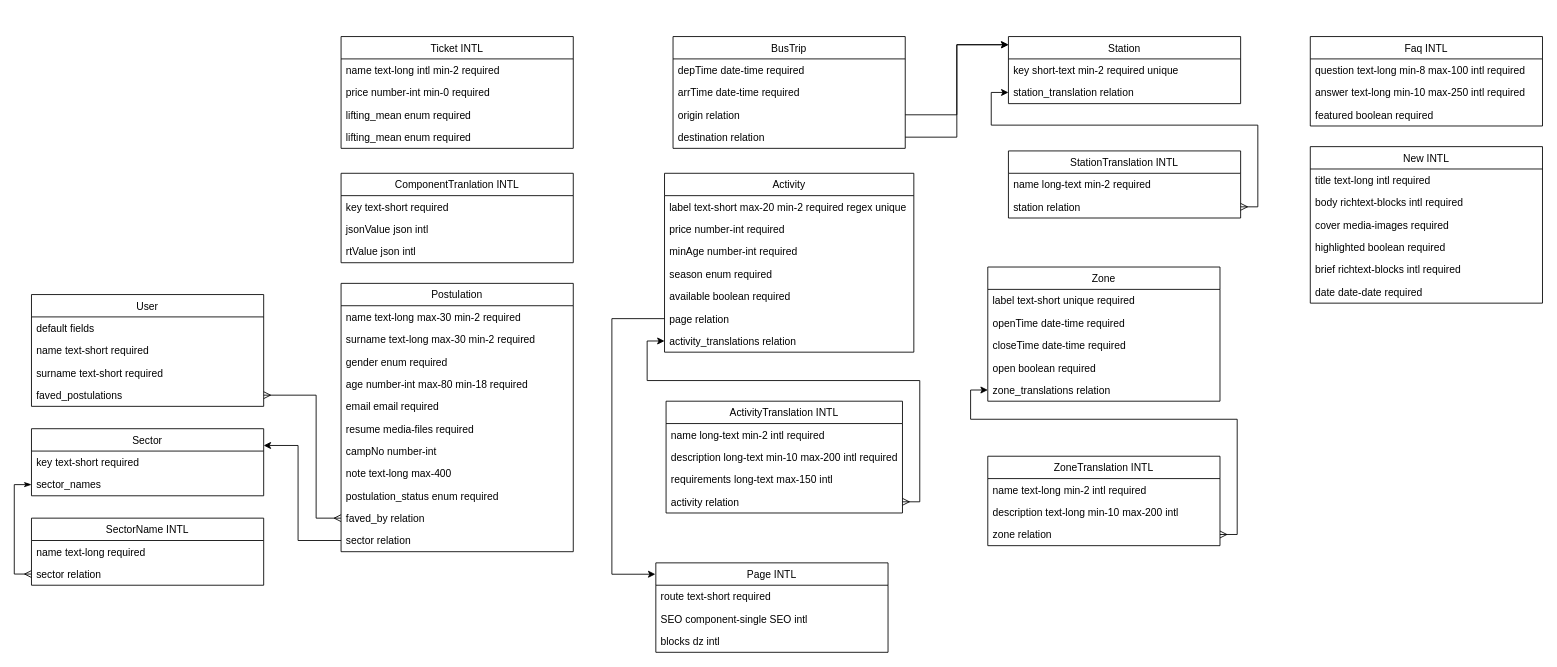
This is public/DER.drawio from TelefericoCerroOtto/TelefericoBariloche2024, a draw.io file, before an edit. Source tidied: cells renumbered, new cells numbered last; positions are measured from the earlier drawing's top-left corner, leaving out a move shared by most shapes. Both pictures are drawn from the tidied source at 86%, with x=0, y=0 at pixel (31, 36).
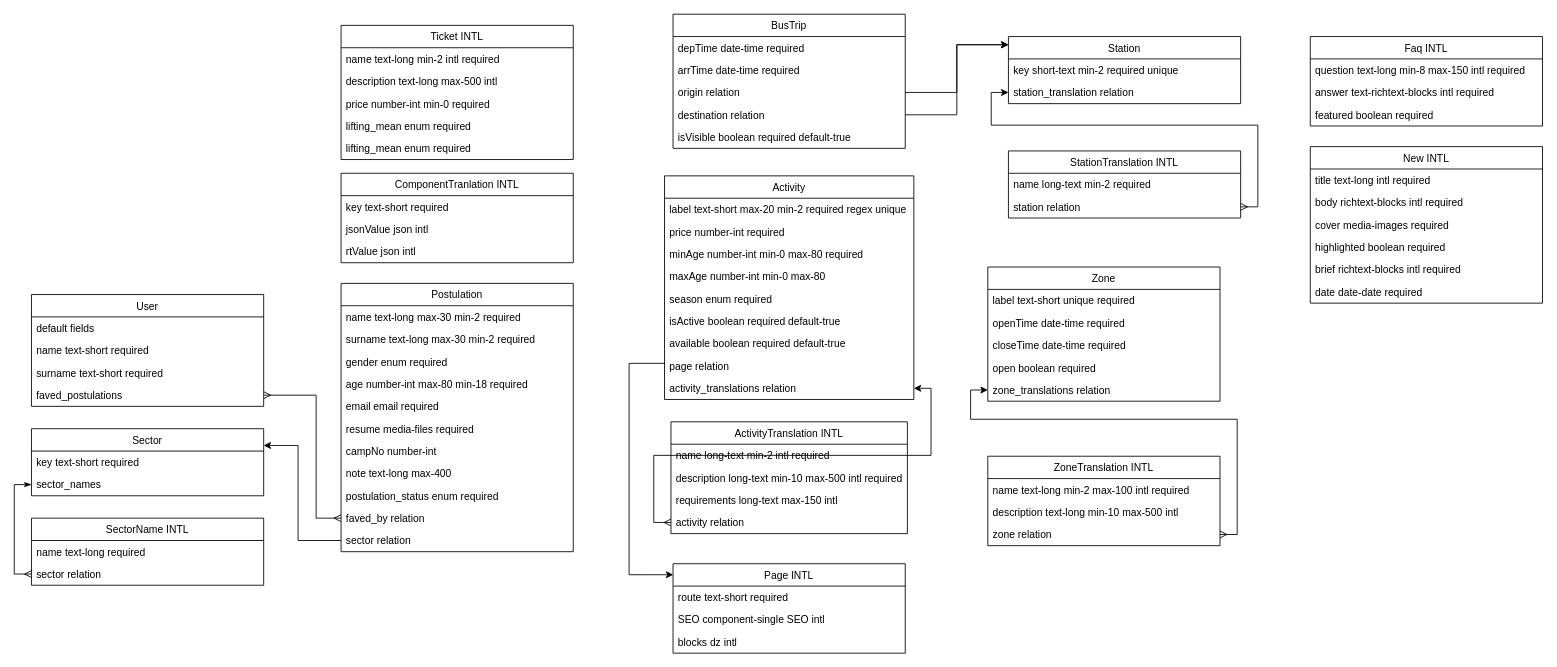
The same diagram, later.

Commit message:
feat(root/diagrams): update DER diagram

Unchanged cells that the change refers to:
```xml
<mxCell id="21" value="ZoneTranslation INTL" style="swimlane;fontStyle=0;align=center;verticalAlign=top;horizontal=1;startSize=26;rounded=0;shadow=0;strokeWidth=1;" parent="1" vertex="1">
  <mxGeometry x="1112.1" y="488" width="270" height="104" as="geometry" />
</mxCell>
<mxCell id="30" value="activity relation" style="text;align=left;verticalAlign=top;spacingLeft=4;spacingRight=4;overflow=hidden;points=[[0,0.5],[1,0.5]];portConstraint=eastwest;rounded=0;shadow=0;html=0;" parent="26" vertex="1">
  <mxGeometry y="104" width="274.9" height="26" as="geometry" />
</mxCell>
<mxCell id="35" value="Faq INTL" style="swimlane;fontStyle=0;align=center;verticalAlign=top;horizontal=1;startSize=26;rounded=0;shadow=0;strokeWidth=1;" parent="1" vertex="1">
  <mxGeometry x="1487.1" width="270" height="104" as="geometry" />
</mxCell>
```

Diff of the diagram source:
```diff
@@
     <mxCell id="2" value="Activity" style="swimlane;fontStyle=0;align=center;verticalAlign=top;horizontal=1;startSize=26;rounded=0;shadow=0;strokeWidth=1;" parent="1" vertex="1">
-      <mxGeometry x="736.2" y="159" width="289.9" height="208" as="geometry" />
+      <mxGeometry x="736.2" y="162" width="289.9" height="260" as="geometry" />
     </mxCell>
@@
-    <mxCell id="5" value="minAge number-int required" style="text;align=left;verticalAlign=top;spacingLeft=4;spacingRight=4;overflow=hidden;rounded=0;shadow=0;html=0;" parent="2" vertex="1">
+    <mxCell id="5" value="minAge number-int min-0 max-80 required" style="text;align=left;verticalAlign=top;spacingLeft=4;spacingRight=4;overflow=hidden;rounded=0;shadow=0;html=0;" parent="2" vertex="1">
       <mxGeometry y="78" width="289.9" height="26" as="geometry" />
     </mxCell>
+    <mxCell id="92" value="maxAge number-int min-0 max-80" style="text;align=left;verticalAlign=top;spacingLeft=4;spacingRight=4;overflow=hidden;rounded=0;shadow=0;html=0;" parent="2" vertex="1">
+      <mxGeometry y="104" width="289.9" height="26" as="geometry" />
+    </mxCell>
     <mxCell id="6" value="season enum required" style="text;align=left;verticalAlign=top;spacingLeft=4;spacingRight=4;overflow=hidden;rounded=0;shadow=0;html=0;" parent="2" vertex="1">
-      <mxGeometry y="104" width="289.9" height="26" as="geometry" />
+      <mxGeometry y="130" width="289.9" height="26" as="geometry" />
     </mxCell>
+    <mxCell id="93" value="isActive boolean required default-true" style="text;align=left;verticalAlign=top;spacingLeft=4;spacingRight=4;overflow=hidden;rounded=0;shadow=0;html=0;" parent="2" vertex="1">
+      <mxGeometry y="156" width="289.9" height="26" as="geometry" />
+    </mxCell>
-    <mxCell id="7" value="available boolean required" style="text;align=left;verticalAlign=top;spacingLeft=4;spacingRight=4;overflow=hidden;rounded=0;shadow=0;html=0;" parent="2" vertex="1">
-      <mxGeometry y="130" width="289.9" height="26" as="geometry" />
+    <mxCell id="7" value="available boolean required default-true" style="text;align=left;verticalAlign=top;spacingLeft=4;spacingRight=4;overflow=hidden;rounded=0;shadow=0;html=0;" parent="2" vertex="1">
+      <mxGeometry y="182" width="289.9" height="26" as="geometry" />
     </mxCell>
     <mxCell id="8" value="page relation" style="text;align=left;verticalAlign=top;spacingLeft=4;spacingRight=4;overflow=hidden;points=[[0,0.5],[1,0.5]];portConstraint=eastwest;rounded=0;shadow=0;html=0;" parent="2" vertex="1">
-      <mxGeometry y="156" width="289.9" height="26" as="geometry" />
+      <mxGeometry y="208" width="289.9" height="26" as="geometry" />
     </mxCell>
     <mxCell id="9" value="activity_translations relation" style="text;align=left;verticalAlign=top;spacingLeft=4;spacingRight=4;overflow=hidden;points=[[0,0.5],[1,0.5]];portConstraint=eastwest;rounded=0;shadow=0;html=0;" parent="2" vertex="1">
-      <mxGeometry y="182" width="289.9" height="26" as="geometry" />
+      <mxGeometry y="234" width="289.9" height="26" as="geometry" />
     </mxCell>
@@
     <mxCell id="16" value="BusTrip" style="swimlane;fontStyle=0;align=center;verticalAlign=top;horizontal=1;startSize=26;rounded=0;shadow=0;strokeWidth=1;" parent="1" vertex="1">
-      <mxGeometry x="746.1" width="270" height="130" as="geometry" />
+      <mxGeometry x="746.1" y="-26" width="270" height="156" as="geometry" />
     </mxCell>
@@
+    <mxCell id="94" value="isVisible boolean required default-true" style="text;align=left;verticalAlign=top;spacingLeft=4;spacingRight=4;overflow=hidden;rounded=0;shadow=0;html=0;" parent="16" vertex="1">
+      <mxGeometry y="130" width="270" height="26" as="geometry" />
+    </mxCell>
@@
-    <mxCell id="22" value="name text-long min-2 intl required" style="text;align=left;verticalAlign=top;spacingLeft=4;spacingRight=4;overflow=hidden;" parent="21" vertex="1">
+    <mxCell id="22" value="name text-long min-2 max-100 intl required" style="text;align=left;verticalAlign=top;spacingLeft=4;spacingRight=4;overflow=hidden;" parent="21" vertex="1">
       <mxGeometry y="26" width="270" height="26" as="geometry" />
     </mxCell>
-    <mxCell id="23" value="description text-long min-10 max-200 intl" style="text;align=left;verticalAlign=top;spacingLeft=4;spacingRight=4;overflow=hidden;rounded=0;shadow=0;html=0;" parent="21" vertex="1">
+    <mxCell id="23" value="description text-long min-10 max-500 intl" style="text;align=left;verticalAlign=top;spacingLeft=4;spacingRight=4;overflow=hidden;rounded=0;shadow=0;html=0;" parent="21" vertex="1">
       <mxGeometry y="52" width="270" height="26" as="geometry" />
     </mxCell>
@@
     <mxCell id="26" value="ActivityTranslation INTL" style="swimlane;fontStyle=0;align=center;verticalAlign=top;horizontal=1;startSize=26;rounded=0;shadow=0;strokeWidth=1;" parent="1" vertex="1">
-      <mxGeometry x="738" y="424" width="274.9" height="130" as="geometry" />
+      <mxGeometry x="743.7" y="448" width="274.9" height="130" as="geometry" />
     </mxCell>
@@
-    <mxCell id="28" value="description long-text min-10 max-200 intl required" style="text;align=left;verticalAlign=top;spacingLeft=4;spacingRight=4;overflow=hidden;rounded=0;shadow=0;html=0;" parent="26" vertex="1">
+    <mxCell id="28" value="description long-text min-10 max-500 intl required" style="text;align=left;verticalAlign=top;spacingLeft=4;spacingRight=4;overflow=hidden;rounded=0;shadow=0;html=0;" parent="26" vertex="1">
       <mxGeometry y="52" width="274.9" height="26" as="geometry" />
     </mxCell>
@@
     <mxCell id="31" value="Page INTL" style="swimlane;fontStyle=0;align=center;verticalAlign=top;horizontal=1;startSize=26;rounded=0;shadow=0;strokeWidth=1;" parent="1" vertex="1">
-      <mxGeometry x="726.1" y="612" width="270" height="104" as="geometry" />
+      <mxGeometry x="746.1" y="613" width="270" height="104" as="geometry" />
     </mxCell>
@@
-    <mxCell id="36" value="question text-long min-8 max-100 intl required" style="text;align=left;verticalAlign=top;spacingLeft=4;spacingRight=4;overflow=hidden;" parent="35" vertex="1">
+    <mxCell id="36" value="question text-long min-8 max-150 intl required" style="text;align=left;verticalAlign=top;spacingLeft=4;spacingRight=4;overflow=hidden;" parent="35" vertex="1">
       <mxGeometry y="26" width="270" height="26" as="geometry" />
     </mxCell>
-    <mxCell id="37" value="answer text-long min-10 max-250 intl required" style="text;align=left;verticalAlign=top;spacingLeft=4;spacingRight=4;overflow=hidden;rounded=0;shadow=0;html=0;" parent="35" vertex="1">
+    <mxCell id="37" value="answer text-richtext-blocks intl required" style="text;align=left;verticalAlign=top;spacingLeft=4;spacingRight=4;overflow=hidden;rounded=0;shadow=0;html=0;" parent="35" vertex="1">
       <mxGeometry y="52" width="270" height="26" as="geometry" />
     </mxCell>
@@
     <mxCell id="46" value="Ticket INTL" style="swimlane;fontStyle=0;align=center;verticalAlign=top;horizontal=1;startSize=26;rounded=0;shadow=0;strokeWidth=1;" parent="1" vertex="1">
-      <mxGeometry x="360.1" width="270" height="130" as="geometry" />
+      <mxGeometry x="360.1" y="-13" width="270" height="156" as="geometry" />
     </mxCell>
-    <mxCell id="47" value="name text-long intl min-2 required" style="text;align=left;verticalAlign=top;spacingLeft=4;spacingRight=4;overflow=hidden;" parent="46" vertex="1">
+    <mxCell id="47" value="name text-long min-2 intl required" style="text;align=left;verticalAlign=top;spacingLeft=4;spacingRight=4;overflow=hidden;" parent="46" vertex="1">
       <mxGeometry y="26" width="270" height="26" as="geometry" />
     </mxCell>
+    <mxCell id="95" value="description text-long max-500 intl" style="text;align=left;verticalAlign=top;spacingLeft=4;spacingRight=4;overflow=hidden;" parent="46" vertex="1">
+      <mxGeometry y="52" width="270" height="26" as="geometry" />
+    </mxCell>
     <mxCell id="48" value="price number-int min-0 required" style="text;align=left;verticalAlign=top;spacingLeft=4;spacingRight=4;overflow=hidden;rounded=0;shadow=0;html=0;" parent="46" vertex="1">
-      <mxGeometry y="52" width="270" height="26" as="geometry" />
+      <mxGeometry y="78" width="270" height="26" as="geometry" />
     </mxCell>
     <mxCell id="49" value="lifting_mean enum required" style="text;align=left;verticalAlign=top;spacingLeft=4;spacingRight=4;overflow=hidden;rounded=0;shadow=0;html=0;" parent="46" vertex="1">
-      <mxGeometry y="78" width="270" height="26" as="geometry" />
+      <mxGeometry y="104" width="270" height="26" as="geometry" />
     </mxCell>
     <mxCell id="50" value="lifting_mean enum required" style="text;align=left;verticalAlign=top;spacingLeft=4;spacingRight=4;overflow=hidden;rounded=0;shadow=0;html=0;" parent="46" vertex="1">
-      <mxGeometry y="104" width="270" height="26" as="geometry" />
+      <mxGeometry y="130" width="270" height="26" as="geometry" />
     </mxCell>
@@
-    <mxCell id="76" style="edgeStyle=orthogonalEdgeStyle;rounded=0;jettySize=auto;html=1;entryX=-0.002;entryY=0.127;entryDx=0;entryDy=0;entryPerimeter=0;endArrow=classic;endFill=1;" parent="1" edge="1" source="8" target="31">
-      <mxGeometry relative="1" as="geometry">
-        <Array as="points">
-          <mxPoint x="675" y="328" />
-          <mxPoint x="675" y="625" />
-        </Array>
-      </mxGeometry>
-    </mxCell>
@@
+    <mxCell id="76" style="edgeStyle=orthogonalEdgeStyle;rounded=0;jettySize=auto;html=1;entryX=0.001;entryY=0.123;entryDx=0;entryDy=0;entryPerimeter=0;" parent="1" edge="1" source="8" target="31">
+      <mxGeometry relative="1" as="geometry">
+        <Array as="points">
+          <mxPoint x="695" y="380" />
+          <mxPoint x="695" y="626" />
+        </Array>
+      </mxGeometry>
+    </mxCell>
-    <mxCell id="91" style="edgeStyle=orthogonalEdgeStyle;rounded=0;jettySize=auto;html=1;entryX=1;entryY=0.5;entryDx=0;entryDy=0;endArrow=ERmany;endFill=0;startArrow=classic;startFill=1;" parent="1" edge="1" source="9" target="30">
-      <mxGeometry relative="1" as="geometry">
-        <Array as="points">
-          <mxPoint x="716" y="354" />
-          <mxPoint x="716" y="400" />
-          <mxPoint x="1033" y="400" />
-          <mxPoint x="1033" y="541" />
-        </Array>
-      </mxGeometry>
+    <mxCell id="91" style="edgeStyle=orthogonalEdgeStyle;rounded=0;jettySize=auto;html=1;entryX=0;entryY=0.5;entryDx=0;entryDy=0;startArrow=classic;startFill=1;endArrow=ERmany;endFill=0;" parent="1" edge="1" source="9" target="30">
+      <mxGeometry relative="1" as="geometry" />
     </mxCell>
```
